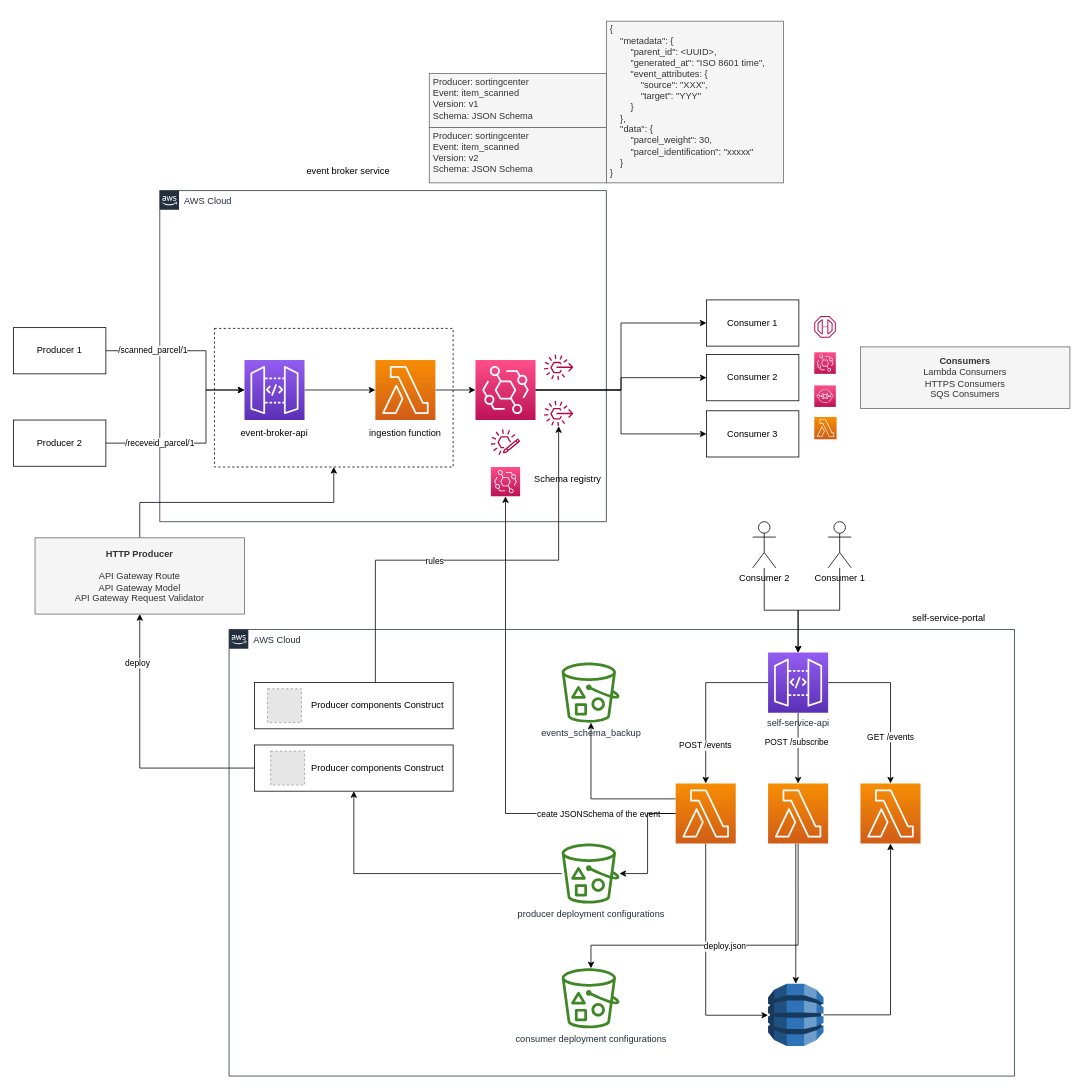
Before: page "Page-1" (1 of 2) of documents/postnl-event-broker-assessment.drawio in cesiztel/event-broker-assignment, a draw.io diagram. Source tidied: cells renumbered, new cells numbered last; positions are measured from the earlier drawing's top-left corner, leaving out a move shared by most shapes. Both pictures are drawn from the tidied source at 77%, with x=0, y=0 at pixel (13, 21). Pictures stored in the file or linked from it are replaced by grey dashed boxes.
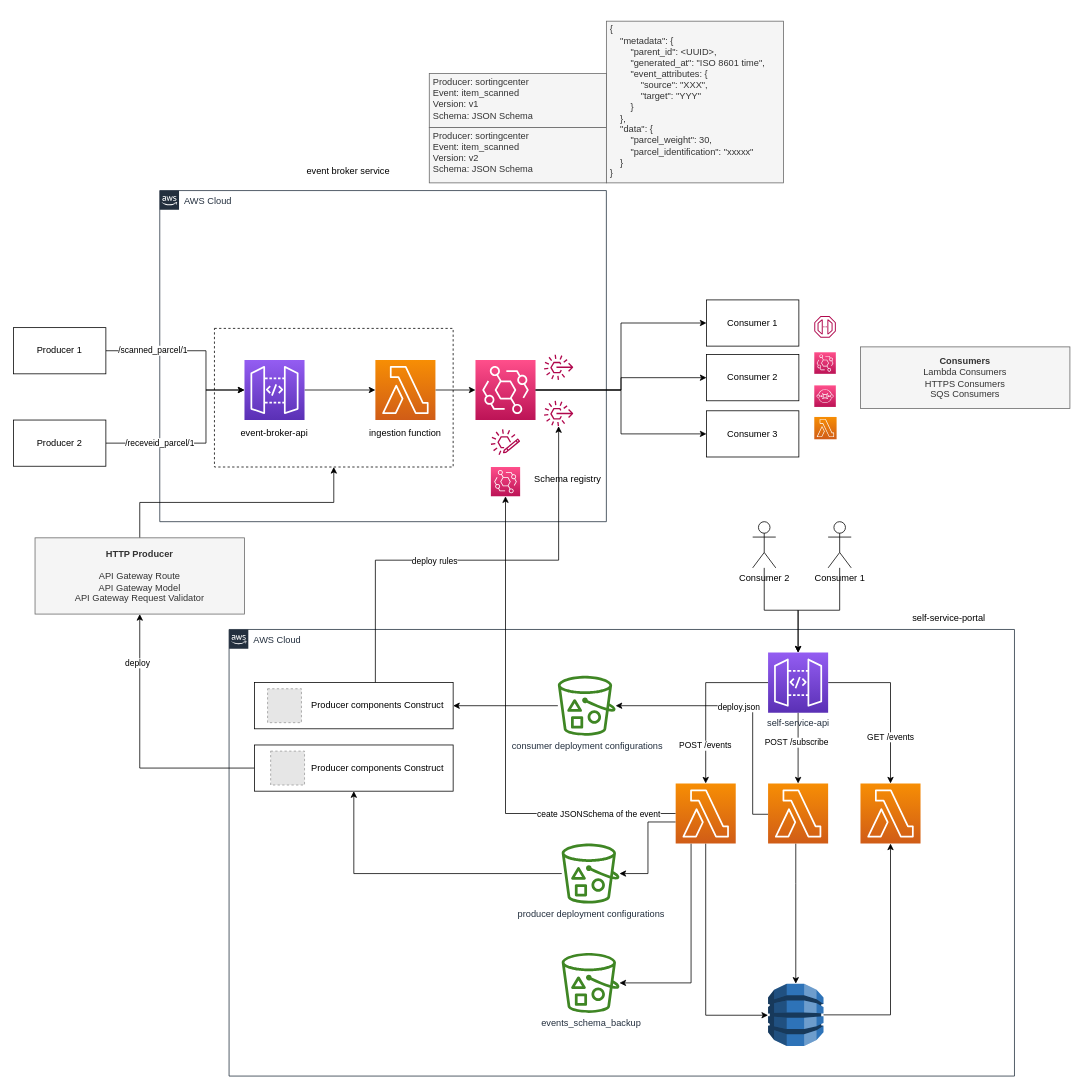
The same diagram, later.

Unchanged cells that the change refers to:
```xml
<mxCell id="30" style="sketch=0;points=[[0,0,0],[0.25,0,0],[0.5,0,0],[0.75,0,0],[1,0,0],[0,1,0],[0.25,1,0],[0.5,1,0],[0.75,1,0],[1,1,0],[0,0.25,0],[0,0.5,0],[0,0.75,0],[1,0.25,0],[1,0.5,0],[1,0.75,0]];outlineConnect=0;fontColor=#232F3E;gradientColor=#F78E04;gradientDirection=north;fillColor=#D05C17;strokeColor=#ffffff;dashed=0;verticalLabelPosition=bottom;verticalAlign=top;align=center;html=1;fontSize=12;fontStyle=0;shape=mxgraph.aws4.resourceIcon;resIcon=mxgraph.aws4.lambda;" parent="1" vertex="1">
  <mxGeometry x="860" y="990" width="78" height="78" as="geometry" />
</mxCell>
<mxCell id="62" style="sketch=0;points=[[0,0,0],[0.25,0,0],[0.5,0,0],[0.75,0,0],[1,0,0],[0,1,0],[0.25,1,0],[0.5,1,0],[0.75,1,0],[1,1,0],[0,0.25,0],[0,0.5,0],[0,0.75,0],[1,0.25,0],[1,0.5,0],[1,0.75,0]];outlineConnect=0;fontColor=#232F3E;gradientColor=#F78E04;gradientDirection=north;fillColor=#D05C17;strokeColor=#ffffff;dashed=0;verticalLabelPosition=bottom;verticalAlign=top;align=center;html=1;fontSize=12;fontStyle=0;shape=mxgraph.aws4.resourceIcon;resIcon=mxgraph.aws4.lambda;" parent="1" vertex="1">
  <mxGeometry x="980" y="990" width="78" height="78" as="geometry" />
</mxCell>
<mxCell id="67" value="producer deployment configurations" style="sketch=0;outlineConnect=0;fontColor=#232F3E;gradientColor=none;fillColor=#3F8624;strokeColor=none;dashed=0;verticalLabelPosition=bottom;verticalAlign=top;align=center;html=1;fontSize=12;fontStyle=0;shape=mxgraph.aws4.bucket_with_objects;" parent="1" vertex="1">
  <mxGeometry x="712" y="1068" width="75" height="78" as="geometry" />
</mxCell>
<mxCell id="71" style="edgeStyle=orthogonalEdgeStyle;rounded=0;jettySize=auto;html=1;startArrow=none;startFill=0;endArrow=classic;endFill=1;" parent="1" edge="1" source="73" target="58">
  <mxGeometry relative="1" as="geometry">
    <Array as="points">
      <mxPoint x="470" y="700" />
      <mxPoint x="708" y="700" />
    </Array>
  </mxGeometry>
</mxCell>
<mxCell id="73" value="Producer components Construct&amp;nbsp; &amp;nbsp;" style="rounded=0;whiteSpace=wrap;html=1;align=right;" parent="1" vertex="1">
  <mxGeometry x="313" y="859" width="258" height="60" as="geometry" />
</mxCell>
```

Diff of the diagram source:
```diff
@@
     <mxCell id="26" style="edgeStyle=orthogonalEdgeStyle;rounded=0;jettySize=auto;html=1;startArrow=none;startFill=0;endArrow=classic;endFill=1;" parent="1" edge="1" source="30" target="65">
       <mxGeometry relative="1" as="geometry">
         <Array as="points">
-          <mxPoint x="750" y="1010" />
+          <mxPoint x="880" y="1249" />
         </Array>
       </mxGeometry>
     </mxCell>
@@
     <mxCell id="29" style="edgeStyle=orthogonalEdgeStyle;rounded=0;jettySize=auto;html=1;startArrow=none;startFill=0;endArrow=classic;endFill=1;" parent="1" edge="1" source="30" target="67">
-      <mxGeometry relative="1" as="geometry" />
+      <mxGeometry relative="1" as="geometry">
+        <Array as="points">
+          <mxPoint x="824" y="1040" />
+          <mxPoint x="824" y="1107" />
+        </Array>
+      </mxGeometry>
     </mxCell>
@@
     <mxCell id="60" style="edgeStyle=orthogonalEdgeStyle;rounded=0;jettySize=auto;html=1;startArrow=none;startFill=0;endArrow=classic;endFill=1;" parent="1" edge="1" source="62" target="68">
       <mxGeometry relative="1" as="geometry">
         <Array as="points">
-          <mxPoint x="1019" y="1200" />
-          <mxPoint x="750" y="1200" />
+          <mxPoint x="960" y="1030" />
+          <mxPoint x="960" y="889" />
         </Array>
       </mxGeometry>
     </mxCell>
@@
     <mxCell id="65" value="events_schema_backup" style="sketch=0;outlineConnect=0;fontColor=#232F3E;gradientColor=none;fillColor=#3F8624;strokeColor=none;dashed=0;verticalLabelPosition=bottom;verticalAlign=top;align=center;html=1;fontSize=12;fontStyle=0;shape=mxgraph.aws4.bucket_with_objects;" parent="1" vertex="1">
-      <mxGeometry x="712" y="833" width="75" height="78" as="geometry" />
+      <mxGeometry x="712" y="1210" width="75" height="78" as="geometry" />
     </mxCell>
@@
+    <mxCell id="75" style="edgeStyle=orthogonalEdgeStyle;rounded=0;jettySize=auto;html=1;" parent="1" edge="1" source="68" target="73">
+      <mxGeometry relative="1" as="geometry" />
+    </mxCell>
     <mxCell id="68" value="consumer deployment configurations" style="sketch=0;outlineConnect=0;fontColor=#232F3E;gradientColor=none;fillColor=#3F8624;strokeColor=none;dashed=0;verticalLabelPosition=bottom;verticalAlign=top;align=center;html=1;fontSize=12;fontStyle=0;shape=mxgraph.aws4.bucket_with_objects;" parent="1" vertex="1">
-      <mxGeometry x="712" y="1230" width="75" height="78" as="geometry" />
+      <mxGeometry x="707" y="850" width="75" height="78" as="geometry" />
     </mxCell>
@@
-    <mxCell id="72" value="rules" style="edgeLabel;html=1;align=center;verticalAlign=middle;" parent="71" vertex="1">
+    <mxCell id="72" value="deploy rules" style="edgeLabel;html=1;align=center;verticalAlign=middle;" parent="71" vertex="1">
       <mxGeometry x="-0.18" relative="1" as="geometry">
         <mxPoint x="1" as="offset" />
       </mxGeometry>
     </mxCell>
```
